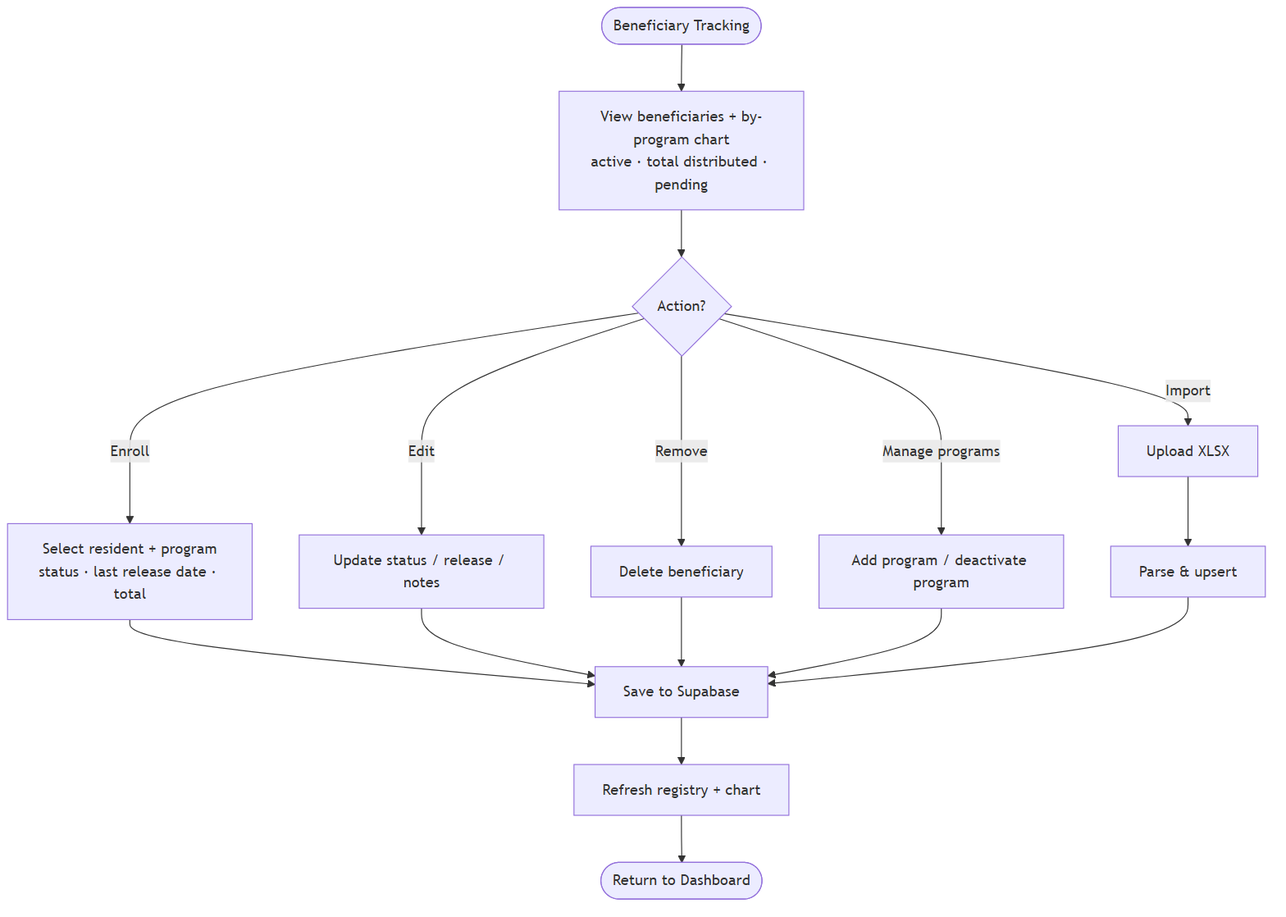
The Mermaid diagram diagrams/modules/beneficiary_tracking.png in KellyEspera/protect, before a commit. Its source is kept beside it as diagrams/modules/beneficiary_tracking.mmd.
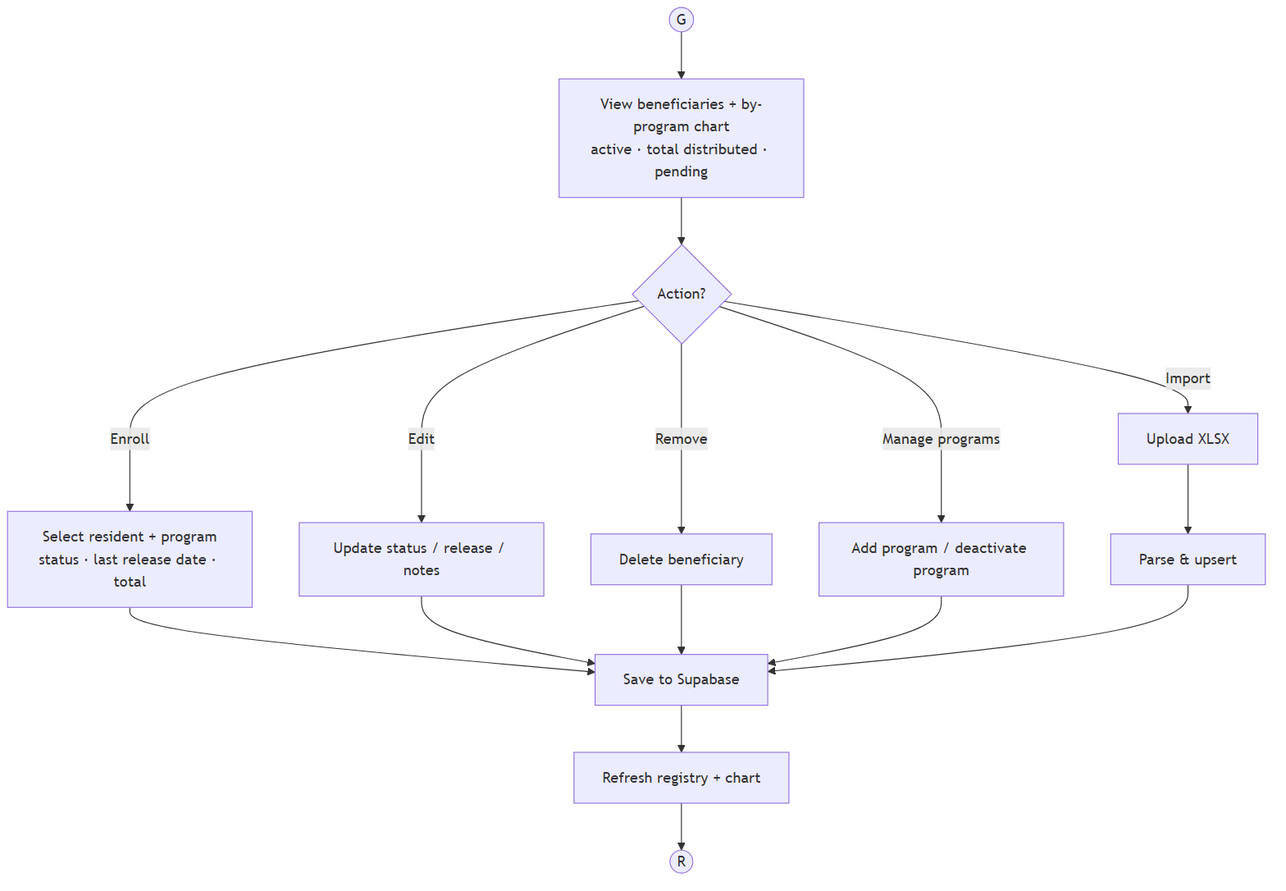
Later version of the same file.

What changed in the source:
```diff
@@ -1,5 +1,5 @@
 flowchart TD
-    BT([Beneficiary Tracking]) --> View[View beneficiaries + by-program chart<br/>active · total distributed · pending]
+    G((G)) --> View[View beneficiaries + by-program chart<br/>active · total distributed · pending]
     View --> Act{Action?}
 
     Act -- Enroll --> Enroll[Select resident + program<br/>status · last release date · total]
@@ -14,4 +14,4 @@
     Prog --> Save
     ParseB --> Save
     Save --> Refresh[Refresh registry + chart]
-    Refresh --> Done([Return to Dashboard])
+    Refresh --> R((R))
```
